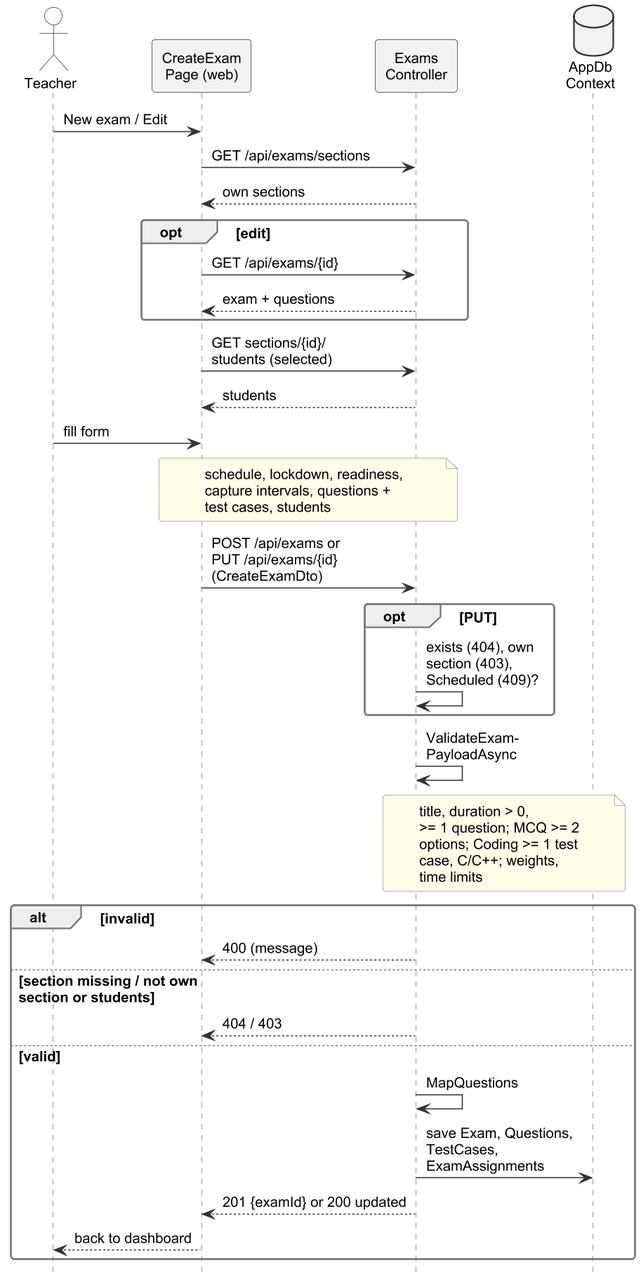
Above: important docs/fyp_doc_3chatp/Figures/seq_config.png in Haiderali27-hub/AI-Lab-Monitoring- (PlantUML), before the change. Its diagram source:
```plantuml
@startuml
!include style.iuml
skinparam ArrowFontSize 13
skinparam defaultFontSize 13
hide footbox
skinparam ParticipantPadding 0
skinparam sequence {
  MessageAlign left
}
skinparam maxMessageSize 300

actor Teacher
participant "CreateExam\nPage (web)" as P
participant "Exams\nController" as EC
database "AppDb\nContext" as DB

Teacher -> P : New exam / Edit
P -> EC : GET /api/exams/sections
EC --> P : own sections
opt edit
  P -> EC : GET /api/exams/{id}
  EC --> P : exam + questions
end
P -> EC : GET sections/{id}/\nstudents (selected)
EC --> P : students
Teacher -> P : fill form
note over P, EC
schedule, lockdown, readiness,
capture intervals, questions +
test cases, students
end note
P -> EC : POST /api/exams or\nPUT /api/exams/{id}\n(CreateExamDto)
opt PUT
  EC -> EC : exists (404), own\nsection (403),\nScheduled (409)?
end
EC -> EC : ValidateExam-\nPayloadAsync
note over EC, DB
title, duration > 0,
>= 1 question; MCQ >= 2
options; Coding >= 1 test
case, C/C++; weights,
time limits
end note
alt invalid
  EC --> P : 400 (message)
else section missing / not own\nsection or students
  EC --> P : 404 / 403
else valid
  EC -> EC : MapQuestions
  EC -> DB : save Exam, Questions,\nTestCases,\nExamAssignments
  EC --> P : 201 {examId} or 200 updated
  P --> Teacher : back to dashboard
end
@enduml
```
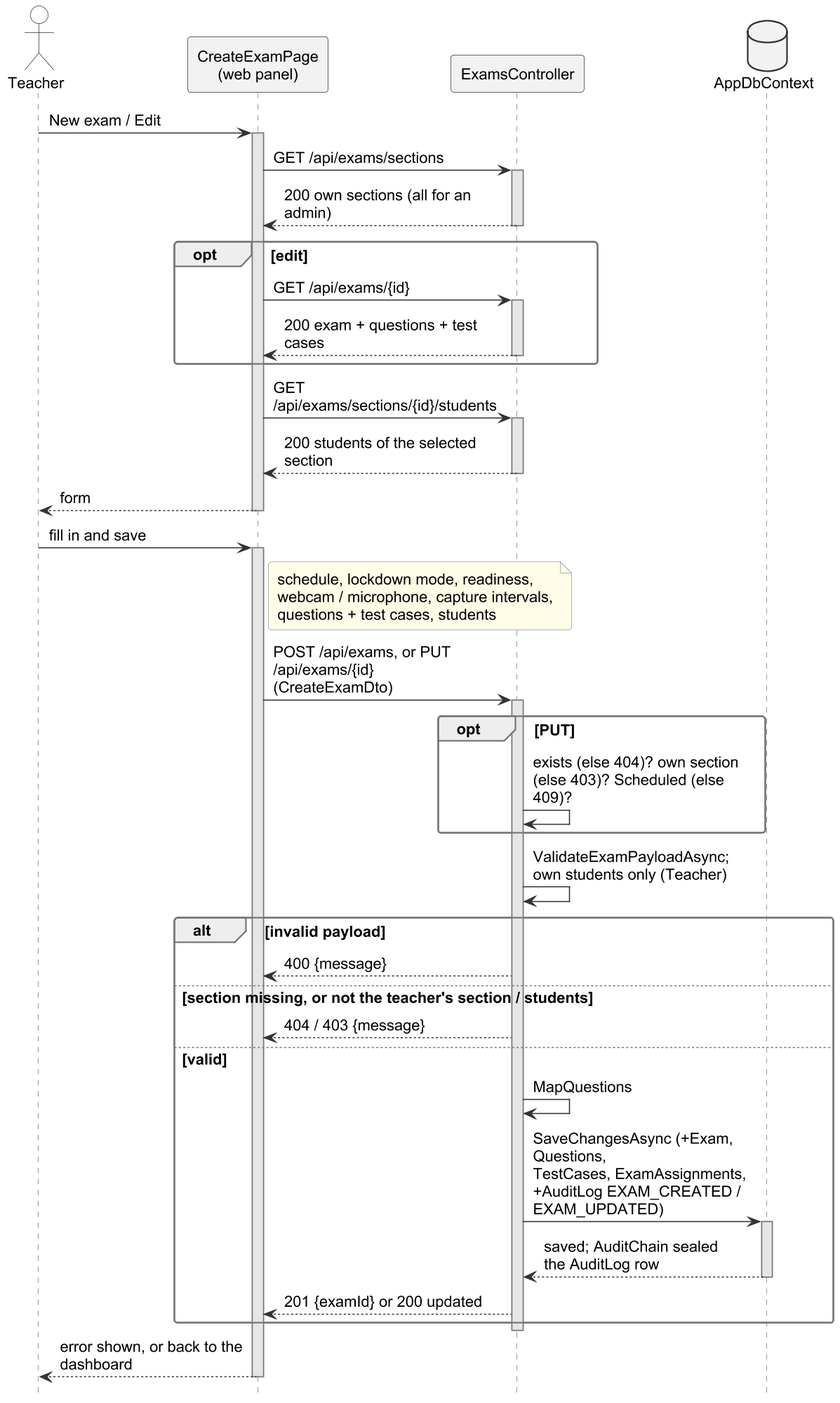
Above is the later version.

Diff of the diagram source:
```diff
@@ -1,54 +1,66 @@
 @startuml
 !include style.iuml
-skinparam ArrowFontSize 13
-skinparam defaultFontSize 13
+skinparam defaultFontSize 14
+skinparam ArrowFontSize 14
 hide footbox
-skinparam ParticipantPadding 0
+skinparam ParticipantPadding 2
+skinparam BoxPadding 0
+skinparam maxMessageSize 200
 skinparam sequence {
   MessageAlign left
+  LifeLineBackgroundColor #E6E6E6
 }
-skinparam maxMessageSize 300
 
 actor Teacher
-participant "CreateExam\nPage (web)" as P
-participant "Exams\nController" as EC
-database "AppDb\nContext" as DB
+participant "CreateExamPage\n(web panel)" as P
+participant "ExamsController" as EC
+database "AppDbContext" as DB
 
 Teacher -> P : New exam / Edit
+activate P
 P -> EC : GET /api/exams/sections
-EC --> P : own sections
+activate EC
+EC --> P : 200 own sections (all for an admin)
+deactivate EC
 opt edit
   P -> EC : GET /api/exams/{id}
-  EC --> P : exam + questions
+  activate EC
+  EC --> P : 200 exam + questions + test cases
+  deactivate EC
 end
-P -> EC : GET sections/{id}/\nstudents (selected)
-EC --> P : students
-Teacher -> P : fill form
-note over P, EC
-schedule, lockdown, readiness,
-capture intervals, questions +
-test cases, students
+P -> EC : GET /api/exams/sections/{id}/students
+activate EC
+EC --> P : 200 students of the selected section
+deactivate EC
+P --> Teacher : form
+deactivate P
+
+Teacher -> P : fill in and save
+activate P
+note right of P
+schedule, lockdown mode, readiness,
+webcam / microphone, capture intervals,
+questions + test cases, students
 end note
-P -> EC : POST /api/exams or\nPUT /api/exams/{id}\n(CreateExamDto)
+P -> EC : POST /api/exams, or PUT /api/exams/{id}\n(CreateExamDto)
+activate EC
 opt PUT
-  EC -> EC : exists (404), own\nsection (403),\nScheduled (409)?
+  EC -> EC : exists (else 404)? own section\n(else 403)? Scheduled (else 409)?
 end
-EC -> EC : ValidateExam-\nPayloadAsync
-note over EC, DB
-title, duration > 0,
->= 1 question; MCQ >= 2
-options; Coding >= 1 test
-case, C/C++; weights,
-time limits
-end note
-alt invalid
-  EC --> P : 400 (message)
-else section missing / not own\nsection or students
-  EC --> P : 404 / 403
+EC -> EC : ValidateExamPayloadAsync;\nown students only (Teacher)
+alt invalid payload
+  EC --> P : 400 {message}
+else section missing, or not the teacher's section / students
+  EC --> P : 404 / 403 {message}
 else valid
   EC -> EC : MapQuestions
-  EC -> DB : save Exam, Questions,\nTestCases,\nExamAssignments
+  EC -> DB : SaveChangesAsync (+Exam, Questions,\nTestCases, ExamAssignments,\n+AuditLog EXAM_CREATED / EXAM_UPDATED)
+  activate DB
+  DB --> EC : saved; AuditChain sealed\nthe AuditLog row
+  deactivate DB
   EC --> P : 201 {examId} or 200 updated
-  P --> Teacher : back to dashboard
 end
+deactivate EC
+P --> Teacher : error shown, or back to the dashboard
+deactivate P
 @enduml
```
